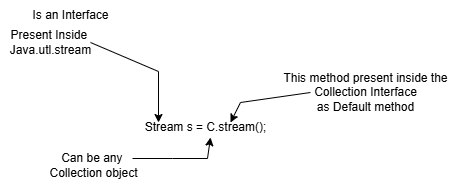
Before: Stream Object.png, a diagram exported from draw.io (Alpha-Pk/My-Drawings). Source tidied: cells renumbered, new cells last; positions are measured from the earlier drawing's top-left corner, leaving out a move shared by most shapes. Its diagram source:
```xml
<mxGraphModel background="#ffffff">
  <root>
    <mxCell id="0" />
    <mxCell id="1" parent="0" />
    <mxCell id="2" value="Stream s = C.stream();" style="text;html=1;align=center;verticalAlign=middle;strokeColor=none;fillColor=none;" parent="1" vertex="1">
      <mxGeometry x="130" y="112" width="150" height="30" as="geometry" />
    </mxCell>
    <mxCell id="3" style="endArrow=classic;html=1;rounded=0;entryX=0.32;entryY=0.033;entryDx=0;entryDy=0;entryPerimeter=0;" parent="1" edge="1">
      <mxGeometry relative="1" as="geometry">
        <mxPoint x="90" y="42" as="sourcePoint" />
        <mxPoint x="158" y="122" as="targetPoint" />
        <Array as="points">
          <mxPoint x="158" y="71" />
        </Array>
      </mxGeometry>
    </mxCell>
    <mxCell id="4" value="Is an Interface" style="text;html=1;align=center;verticalAlign=middle;strokeColor=none;fillColor=none;" parent="1" vertex="1">
      <mxGeometry x="20" width="100" height="30" as="geometry" />
    </mxCell>
    <mxCell id="5" value="Present Inside&amp;nbsp;&lt;div&gt;Java.utl.stream&lt;/div&gt;" style="text;html=1;align=center;verticalAlign=middle;strokeColor=none;fillColor=none;" parent="1" vertex="1">
      <mxGeometry y="22" width="100" height="40" as="geometry" />
    </mxCell>
    <mxCell id="6" style="endArrow=classic;html=1;rounded=0;entryX=0.52;entryY=0.967;entryDx=0;entryDy=0;entryPerimeter=0;" parent="1" edge="1">
      <mxGeometry relative="1" as="geometry">
        <mxPoint x="132" y="158" as="sourcePoint" />
        <mxPoint x="210" y="137" as="targetPoint" />
        <Array as="points">
          <mxPoint x="172" y="158" />
          <mxPoint x="207" y="158" />
        </Array>
      </mxGeometry>
    </mxCell>
    <mxCell id="7" value="Can be any&amp;nbsp;&lt;div&gt;Collection object&lt;/div&gt;" style="text;html=1;align=center;verticalAlign=middle;strokeColor=none;fillColor=none;" parent="1" vertex="1">
      <mxGeometry x="38" y="145" width="110" height="40" as="geometry" />
    </mxCell>
    <mxCell id="8" style="endArrow=classic;html=1;rounded=0;" parent="1" edge="1">
      <mxGeometry relative="1" as="geometry">
        <mxPoint x="310" y="92" as="sourcePoint" />
        <mxPoint x="230" y="122" as="targetPoint" />
        <Array as="points">
          <mxPoint x="240" y="102" />
        </Array>
      </mxGeometry>
    </mxCell>
    <mxCell id="9" value="This method present inside the&lt;div&gt;Collection Interface&lt;/div&gt;&lt;div&gt;as Default method&lt;/div&gt;" style="text;html=1;align=center;verticalAlign=middle;strokeColor=none;fillColor=none;" parent="1" vertex="1">
      <mxGeometry x="270" y="62" width="190" height="60" as="geometry" />
    </mxCell>
  </root>
</mxGraphModel>
```
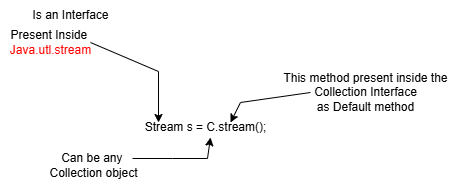
Later version of the same file.

Diff of the diagram source:
```diff
@@ -17,7 +17,7 @@
     <mxCell id="4" value="Is an Interface" style="text;html=1;align=center;verticalAlign=middle;strokeColor=none;fillColor=none;" parent="1" vertex="1">
       <mxGeometry x="20" width="100" height="30" as="geometry" />
     </mxCell>
-    <mxCell id="5" value="Present Inside&amp;nbsp;&lt;div&gt;Java.utl.stream&lt;/div&gt;" style="text;html=1;align=center;verticalAlign=middle;strokeColor=none;fillColor=none;" parent="1" vertex="1">
+    <mxCell id="5" value="Present Inside&amp;nbsp;&lt;div&gt;&lt;font color=&quot;#ff0000&quot;&gt;Java.utl.stream&lt;/font&gt;&lt;/div&gt;" style="text;html=1;align=center;verticalAlign=middle;strokeColor=none;fillColor=none;" parent="1" vertex="1">
       <mxGeometry y="22" width="100" height="40" as="geometry" />
     </mxCell>
     <mxCell id="6" style="endArrow=classic;html=1;rounded=0;entryX=0.52;entryY=0.967;entryDx=0;entryDy=0;entryPerimeter=0;" parent="1" edge="1">
```
